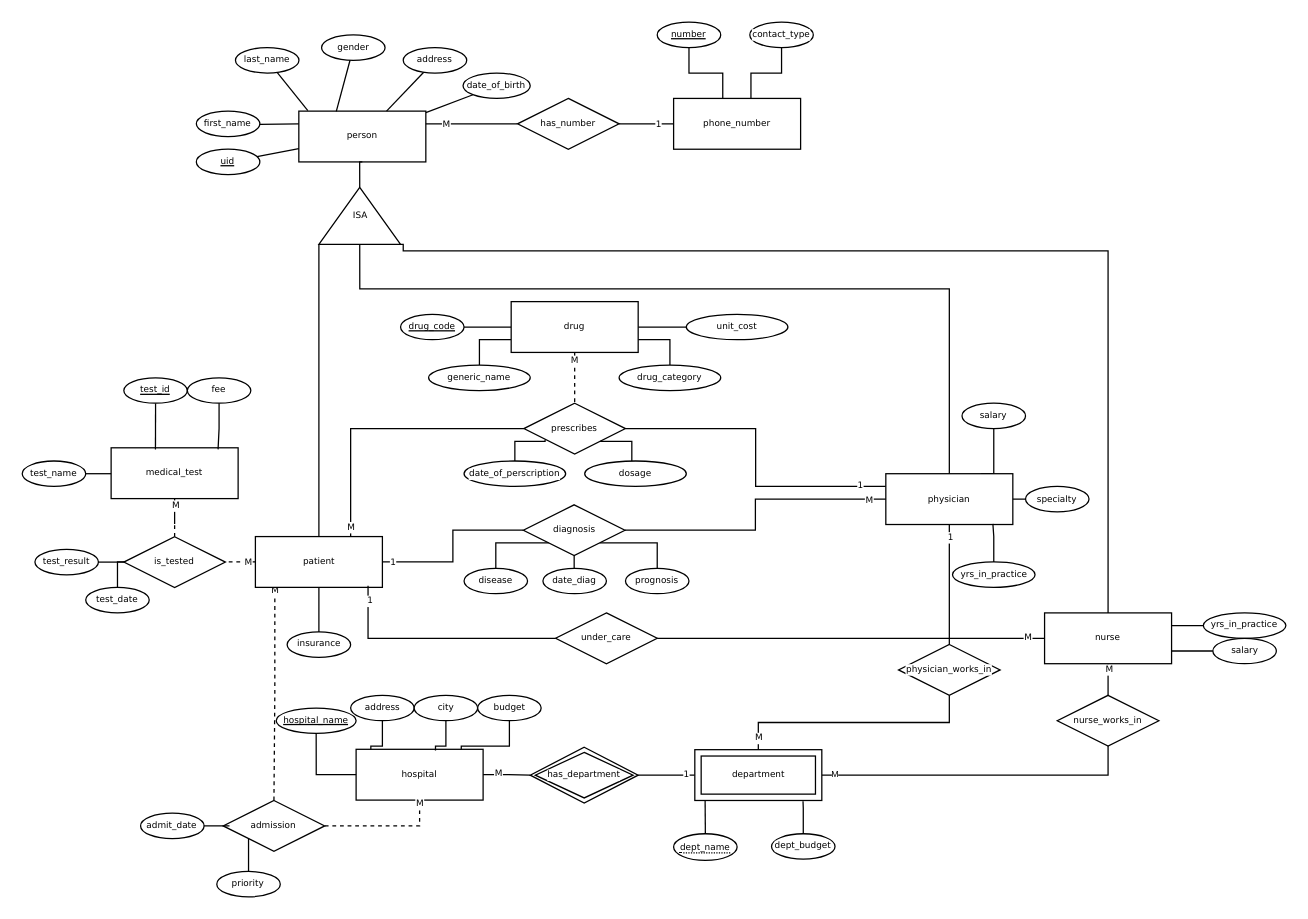
functionzz/Databases keeps this draw.io diagram as DatabasesA1.drawio. Above is the earlier version. Source tidied: cells renumbered, new cells numbered last; positions are measured from the earlier drawing's top-left corner, leaving out a move shared by most shapes. Both pictures are drawn from the tidied source at 127%, with x=0, y=0 at pixel (22, 22).
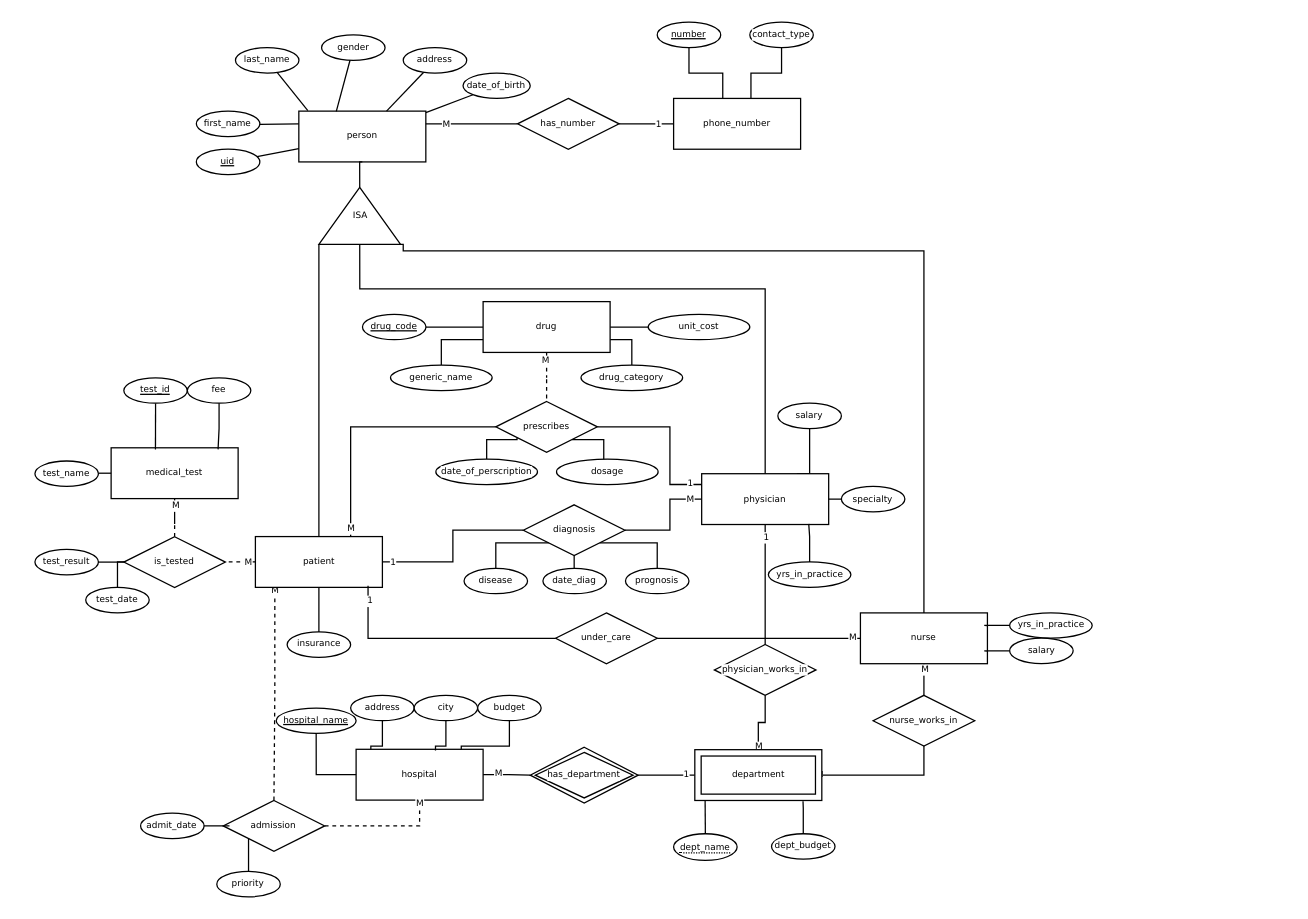
After the change.

Unchanged cells that the change refers to:
```xml
<mxCell id="24" value="ISA" style="verticalLabelPosition=middle;verticalAlign=middle;html=1;shape=mxgraph.basic.acute_triangle;dx=0.5;strokeColor=default;align=center;fontFamily=Verdana;fontSize=7;fontColor=default;labelBackgroundColor=default;fillColor=default;labelPosition=center;" parent="1" vertex="1">
  <mxGeometry x="233.6" y="130" width="64.3" height="45" as="geometry" />
</mxCell>
<mxCell id="90" value="diagnosis" style="shape=rhombus;perimeter=rhombusPerimeter;whiteSpace=wrap;html=1;align=center;fontFamily=Verdana;fontSize=7;fontColor=default;labelBackgroundColor=default;" parent="1" vertex="1">
  <mxGeometry x="394.6" y="380" width="80" height="40" as="geometry" />
</mxCell>
<mxCell id="95" value="medical_test" style="whiteSpace=wrap;html=1;align=center;strokeColor=default;verticalAlign=middle;fontFamily=Verdana;fontSize=7;fontColor=default;labelBackgroundColor=default;fillColor=default;" parent="1" vertex="1">
  <mxGeometry x="70" y="335.1" width="100" height="40" as="geometry" />
</mxCell>
```

What changed in the source:
```diff
@@
     <mxCell id="16" value="nurse" style="whiteSpace=wrap;html=1;align=center;strokeColor=default;verticalAlign=middle;fontFamily=Verdana;fontSize=7;fontColor=default;labelBackgroundColor=default;fillColor=default;" parent="1" vertex="1">
-      <mxGeometry x="805" y="465.1" width="100" height="40" as="geometry" />
+      <mxGeometry x="660" y="465.1" width="100" height="40" as="geometry" />
     </mxCell>
@@
     <mxCell id="20" style="edgeStyle=orthogonalEdgeStyle;shape=connector;rounded=0;jettySize=auto;html=1;exitX=0;exitY=0.25;exitDx=0;exitDy=0;entryX=1;entryY=0.5;entryDx=0;entryDy=0;strokeColor=default;align=center;verticalAlign=top;fontFamily=Verdana;fontSize=7;fontColor=default;labelBackgroundColor=default;startFill=0;endArrow=none;" parent="1" edge="1" source="23" target="121">
-      <mxGeometry relative="1" as="geometry" />
+      <mxGeometry relative="1" as="geometry">
+        <Array as="points">
+          <mxPoint x="535" y="364" />
+          <mxPoint x="510" y="364" />
+          <mxPoint x="510" y="319" />
+        </Array>
+      </mxGeometry>
     </mxCell>
@@
     <mxCell id="23" value="physician" style="whiteSpace=wrap;html=1;align=center;strokeColor=default;verticalAlign=middle;fontFamily=Verdana;fontSize=7;fontColor=default;labelBackgroundColor=default;fillColor=default;" parent="1" vertex="1">
-      <mxGeometry x="680" y="355.5" width="100" height="40" as="geometry" />
+      <mxGeometry x="535" y="355.5" width="100" height="40" as="geometry" />
     </mxCell>
@@
     <mxCell id="25" style="edgeStyle=orthogonalEdgeStyle;shape=connector;rounded=0;jettySize=auto;html=1;exitX=0.5;exitY=0;exitDx=0;exitDy=0;entryX=1;entryY=1;entryDx=0;entryDy=0;entryPerimeter=0;strokeColor=default;align=center;verticalAlign=top;fontFamily=Verdana;fontSize=7;fontColor=default;labelBackgroundColor=default;startFill=0;endArrow=none;" parent="1" edge="1" source="16" target="24">
       <mxGeometry relative="1" as="geometry">
         <Array as="points">
-          <mxPoint x="855" y="180" />
+          <mxPoint x="710" y="180" />
           <mxPoint x="300" y="180" />
           <mxPoint x="300" y="175" />
         </Array>
       </mxGeometry>
     </mxCell>
@@
     <mxCell id="27" style="edgeStyle=orthogonalEdgeStyle;shape=connector;rounded=0;jettySize=auto;html=1;exitX=0.5;exitY=0;exitDx=0;exitDy=0;entryX=0.5;entryY=1;entryDx=0;entryDy=0;entryPerimeter=0;strokeColor=default;align=center;verticalAlign=top;fontFamily=Verdana;fontSize=7;fontColor=default;labelBackgroundColor=default;startFill=0;endArrow=none;" parent="1" edge="1" source="23" target="24">
       <mxGeometry relative="1" as="geometry">
         <Array as="points">
-          <mxPoint x="730" y="210" />
+          <mxPoint x="585" y="210" />
           <mxPoint x="266" y="210" />
-          <mxPoint x="266" y="175" />
         </Array>
       </mxGeometry>
     </mxCell>
@@
     <mxCell id="49" value="specialty" style="ellipse;whiteSpace=wrap;html=1;align=center;strokeColor=default;verticalAlign=middle;fontFamily=Verdana;fontSize=7;fontColor=default;labelBackgroundColor=default;fillColor=default;" parent="1" vertex="1">
-      <mxGeometry x="790" y="365.5" width="50" height="20" as="geometry" />
+      <mxGeometry x="645" y="365.5" width="50" height="20" as="geometry" />
     </mxCell>
     <mxCell id="50" value="yrs_in_practice" style="ellipse;whiteSpace=wrap;html=1;align=center;strokeColor=default;verticalAlign=middle;fontFamily=Verdana;fontSize=7;fontColor=default;labelBackgroundColor=default;fillColor=default;" parent="1" vertex="1">
-      <mxGeometry x="732.5" y="425" width="65" height="20" as="geometry" />
+      <mxGeometry x="587.5" y="425" width="65" height="20" as="geometry" />
     </mxCell>
@@
     <mxCell id="52" value="yrs_in_practice" style="ellipse;whiteSpace=wrap;html=1;align=center;strokeColor=default;verticalAlign=middle;fontFamily=Verdana;fontSize=7;fontColor=default;labelBackgroundColor=default;fillColor=default;" parent="1" vertex="1">
-      <mxGeometry x="930" y="465.1" width="65" height="20" as="geometry" />
+      <mxGeometry x="777.5" y="465" width="65" height="20" as="geometry" />
     </mxCell>
     <mxCell id="53" value="salary" style="ellipse;whiteSpace=wrap;html=1;align=center;strokeColor=default;verticalAlign=middle;fontFamily=Verdana;fontSize=7;fontColor=default;labelBackgroundColor=default;fillColor=default;" parent="1" vertex="1">
-      <mxGeometry x="740" y="300" width="50" height="20" as="geometry" />
+      <mxGeometry x="595" y="300" width="50" height="20" as="geometry" />
     </mxCell>
@@
     <mxCell id="55" value="salary" style="ellipse;whiteSpace=wrap;html=1;align=center;strokeColor=default;verticalAlign=middle;fontFamily=Verdana;fontSize=7;fontColor=default;labelBackgroundColor=default;fillColor=default;" parent="1" vertex="1">
-      <mxGeometry x="937.5" y="485.1" width="50" height="20" as="geometry" />
+      <mxGeometry x="777.5" y="485" width="50" height="20" as="geometry" />
     </mxCell>
@@
     <mxCell id="74" value="physician_works_in" style="shape=rhombus;perimeter=rhombusPerimeter;whiteSpace=wrap;html=1;align=center;fontFamily=Verdana;fontSize=7;fontColor=default;labelBackgroundColor=default;" parent="1" vertex="1">
-      <mxGeometry x="690" y="490" width="80" height="40" as="geometry" />
+      <mxGeometry x="545" y="490" width="80" height="40" as="geometry" />
     </mxCell>
@@
     <mxCell id="78" value="nurse_works_in" style="shape=rhombus;perimeter=rhombusPerimeter;whiteSpace=wrap;html=1;align=center;fontFamily=Verdana;fontSize=7;fontColor=default;labelBackgroundColor=default;" parent="1" vertex="1">
-      <mxGeometry x="815" y="530" width="80" height="40" as="geometry" />
+      <mxGeometry x="670" y="530" width="80" height="40" as="geometry" />
     </mxCell>
@@
     <mxCell id="86" style="edgeStyle=orthogonalEdgeStyle;shape=connector;rounded=0;jettySize=auto;html=1;entryX=0;entryY=0.5;entryDx=0;entryDy=0;strokeColor=default;align=center;verticalAlign=top;fontFamily=Verdana;fontSize=7;fontColor=default;labelBackgroundColor=default;startFill=0;endArrow=none;" parent="1" edge="1" source="90" target="23">
-      <mxGeometry relative="1" as="geometry" />
+      <mxGeometry relative="1" as="geometry">
+        <Array as="points">
+          <mxPoint x="510" y="400" />
+          <mxPoint x="510" y="376" />
+        </Array>
+      </mxGeometry>
     </mxCell>
     <mxCell id="87" value="M" style="edgeLabel;html=1;align=center;verticalAlign=middle;fontFamily=Verdana;fontSize=7;fontColor=default;labelBackgroundColor=default;" parent="86" vertex="1">
-      <mxGeometry x="0.88" y="-1" relative="1" as="geometry" />
+      <mxGeometry x="0.88" y="-1" relative="1" as="geometry">
+        <mxPoint x="-5" y="-1" as="offset" />
+      </mxGeometry>
     </mxCell>
@@
-    <mxCell id="98" style="edgeStyle=orthogonalEdgeStyle;shape=connector;rounded=0;jettySize=auto;html=1;strokeColor=default;align=center;verticalAlign=top;fontFamily=Verdana;fontSize=7;fontColor=default;labelBackgroundColor=default;startFill=0;endArrow=none;" parent="1" edge="1" source="99" target="95">
-      <mxGeometry relative="1" as="geometry" />
+    <mxCell id="98" style="edgeStyle=orthogonalEdgeStyle;shape=connector;rounded=0;jettySize=auto;html=1;strokeColor=default;align=center;verticalAlign=top;fontFamily=Verdana;fontSize=7;fontColor=default;labelBackgroundColor=default;startFill=0;endArrow=none;entryX=0;entryY=0.5;entryDx=0;entryDy=0;" parent="1" edge="1" source="99" target="95">
+      <mxGeometry relative="1" as="geometry">
+        <Array as="points">
+          <mxPoint x="70" y="356" />
+        </Array>
+      </mxGeometry>
     </mxCell>
     <mxCell id="99" value="test_name" style="ellipse;whiteSpace=wrap;html=1;align=center;strokeColor=default;verticalAlign=middle;fontFamily=Verdana;fontSize=7;fontColor=default;labelBackgroundColor=default;fillColor=default;" parent="1" vertex="1">
-      <mxGeometry y="345.5" width="50" height="20" as="geometry" />
+      <mxGeometry x="10" y="345.5" width="50" height="20" as="geometry" />
     </mxCell>
@@
     <mxCell id="119" value="drug" style="whiteSpace=wrap;html=1;align=center;strokeColor=default;verticalAlign=middle;fontFamily=Verdana;fontSize=7;fontColor=default;labelBackgroundColor=default;fillColor=default;" parent="1" vertex="1">
-      <mxGeometry x="385" y="220" width="100" height="40" as="geometry" />
+      <mxGeometry x="362.9" y="220" width="100" height="40" as="geometry" />
     </mxCell>
     <mxCell id="120" style="edgeStyle=orthogonalEdgeStyle;shape=connector;rounded=0;jettySize=auto;html=1;exitX=0.209;exitY=0.718;exitDx=0;exitDy=0;entryX=0.5;entryY=0;entryDx=0;entryDy=0;strokeColor=default;align=center;verticalAlign=top;fontFamily=Verdana;fontSize=7;fontColor=default;labelBackgroundColor=default;startFill=0;endArrow=none;exitPerimeter=0;" parent="1" edge="1" source="121" target="122">
       <mxGeometry relative="1" as="geometry">
         <Array as="points">
-          <mxPoint x="412" y="330" />
-          <mxPoint x="388" y="330" />
+          <mxPoint x="389.9" y="328.6" />
+          <mxPoint x="365.9" y="328.6" />
         </Array>
       </mxGeometry>
     </mxCell>
     <mxCell id="121" value="prescribes" style="shape=rhombus;perimeter=rhombusPerimeter;whiteSpace=wrap;html=1;align=center;fontFamily=Verdana;fontSize=7;fontColor=default;labelBackgroundColor=default;" parent="1" vertex="1">
-      <mxGeometry x="395" y="300" width="80" height="40" as="geometry" />
+      <mxGeometry x="372.9" y="298.6" width="80" height="40" as="geometry" />
     </mxCell>
     <mxCell id="122" value="date_of_perscription" style="ellipse;whiteSpace=wrap;html=1;align=center;strokeColor=default;verticalAlign=middle;fontFamily=Verdana;fontSize=7;fontColor=default;labelBackgroundColor=default;fillColor=default;" parent="1" vertex="1">
-      <mxGeometry x="347.9" y="345.5" width="80" height="20" as="geometry" />
+      <mxGeometry x="325.7" y="344.1" width="80" height="20" as="geometry" />
     </mxCell>
     <mxCell id="123" value="generic_name" style="ellipse;whiteSpace=wrap;html=1;align=center;strokeColor=default;verticalAlign=middle;fontFamily=Verdana;fontSize=7;fontColor=default;labelBackgroundColor=default;fillColor=default;" parent="1" vertex="1">
-      <mxGeometry x="320" y="270" width="80" height="20" as="geometry" />
+      <mxGeometry x="290" y="270" width="80" height="20" as="geometry" />
     </mxCell>
     <mxCell id="124" value="drug_category" style="ellipse;whiteSpace=wrap;html=1;align=center;strokeColor=default;verticalAlign=middle;fontFamily=Verdana;fontSize=7;fontColor=default;labelBackgroundColor=default;fillColor=default;" parent="1" vertex="1">
-      <mxGeometry x="470" y="270" width="80" height="20" as="geometry" />
+      <mxGeometry x="440" y="270" width="80" height="20" as="geometry" />
     </mxCell>
     <mxCell id="125" value="unit_cost" style="ellipse;whiteSpace=wrap;html=1;align=center;strokeColor=default;verticalAlign=middle;fontFamily=Verdana;fontSize=7;fontColor=default;labelBackgroundColor=default;fillColor=default;" parent="1" vertex="1">
-      <mxGeometry x="522.9" y="230" width="80" height="20" as="geometry" />
+      <mxGeometry x="492.9" y="230" width="80" height="20" as="geometry" />
     </mxCell>
@@
     <mxCell id="132" value="drug_code" style="ellipse;whiteSpace=wrap;html=1;align=center;fontStyle=4;strokeColor=default;verticalAlign=middle;fontFamily=Verdana;fontSize=7;fontColor=default;labelBackgroundColor=default;fillColor=default;" parent="1" vertex="1">
-      <mxGeometry x="297.9" y="230" width="50" height="20" as="geometry" />
+      <mxGeometry x="267.9" y="230" width="50" height="20" as="geometry" />
     </mxCell>
     <mxCell id="133" value="dosage" style="ellipse;whiteSpace=wrap;html=1;align=center;strokeColor=default;verticalAlign=middle;fontFamily=Verdana;fontSize=7;fontColor=default;labelBackgroundColor=default;fillColor=default;" parent="1" vertex="1">
-      <mxGeometry x="442.9" y="345.5" width="80" height="20" as="geometry" />
+      <mxGeometry x="420.7" y="344.1" width="80" height="20" as="geometry" />
     </mxCell>
     <mxCell id="134" style="edgeStyle=orthogonalEdgeStyle;shape=connector;rounded=0;jettySize=auto;html=1;entryX=1;entryY=1;entryDx=0;entryDy=0;strokeColor=default;align=center;verticalAlign=top;fontFamily=Verdana;fontSize=7;fontColor=default;labelBackgroundColor=default;startFill=0;endArrow=none;" parent="1" edge="1" source="133" target="121">
       <mxGeometry relative="1" as="geometry">
         <Array as="points">
-          <mxPoint x="480" y="330" />
+          <mxPoint x="457.9" y="328.6" />
         </Array>
       </mxGeometry>
     </mxCell>
```
